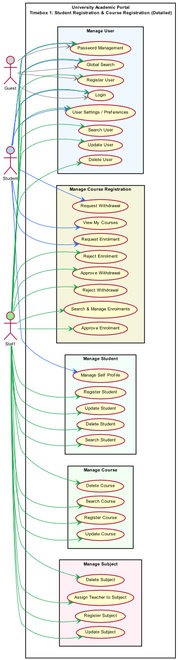
Above: out/usecase/Timebox1_UseCaseDiagram/Timebox1_UseCaseDiagram.png in KyawMyoHtay1/academic-portal (PlantUML), before the change.
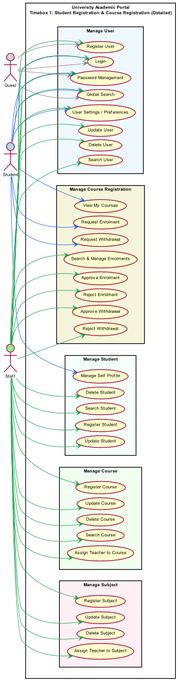
The same diagram one commit later.

Commit message:
Update Timebox1 use case diagram: Add "Assign Teacher to Course" use case and update staff interactions in the PlantUML file. Include updated PNG representation of the diagram.

What changed in the source:
```diff
@@ -40,6 +40,7 @@
     usecase "Update Course" as UC8b
     usecase "Delete Course" as UC8c
     usecase "Search Course" as UC8d
+    usecase "Assign Teacher to Course" as UC8e
   }
 
   rectangle "Manage Subject" #LavenderBlush {
@@ -91,6 +92,7 @@
 Staff -[#16A34A]-> UC8b
 Staff -[#16A34A]-> UC8c
 Staff -[#16A34A]-> UC8d
+Staff -[#16A34A]-> UC8e
 Staff -[#16A34A]-> UC9
 Staff -[#16A34A]-> UC9b
 Staff -[#16A34A]-> UC9c
```
